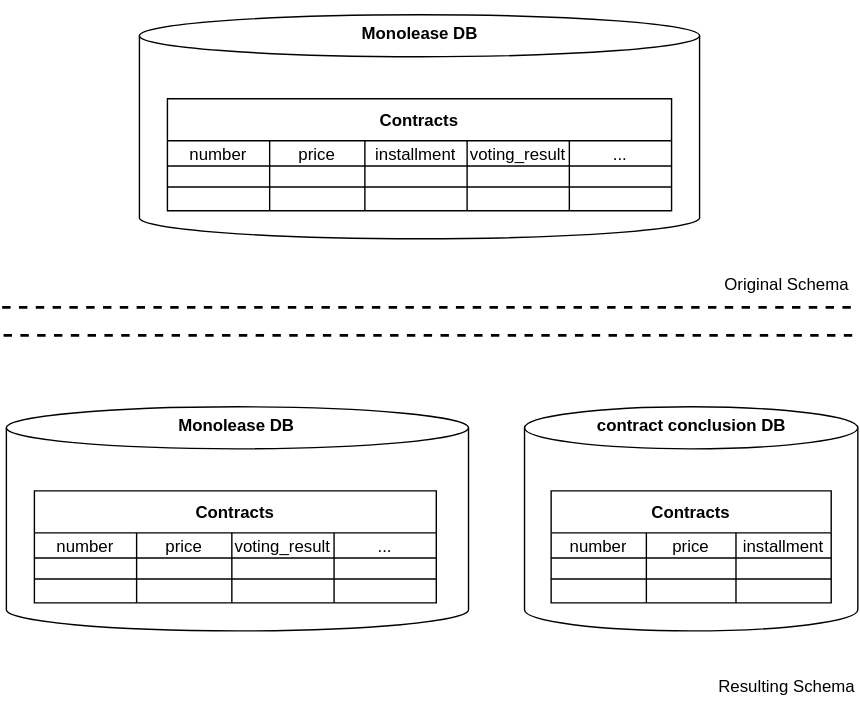
This is images/domain-driven-refactorings/tactical-for-strategic/extract-specialized-table.drawio.svg from hschwentner/hschwentner.io, a draw.io export, as it was before one commit. Source tidied: cells renumbered, new cells last; positions are measured from the earlier drawing's top-left corner, leaving out a move shared by most shapes.
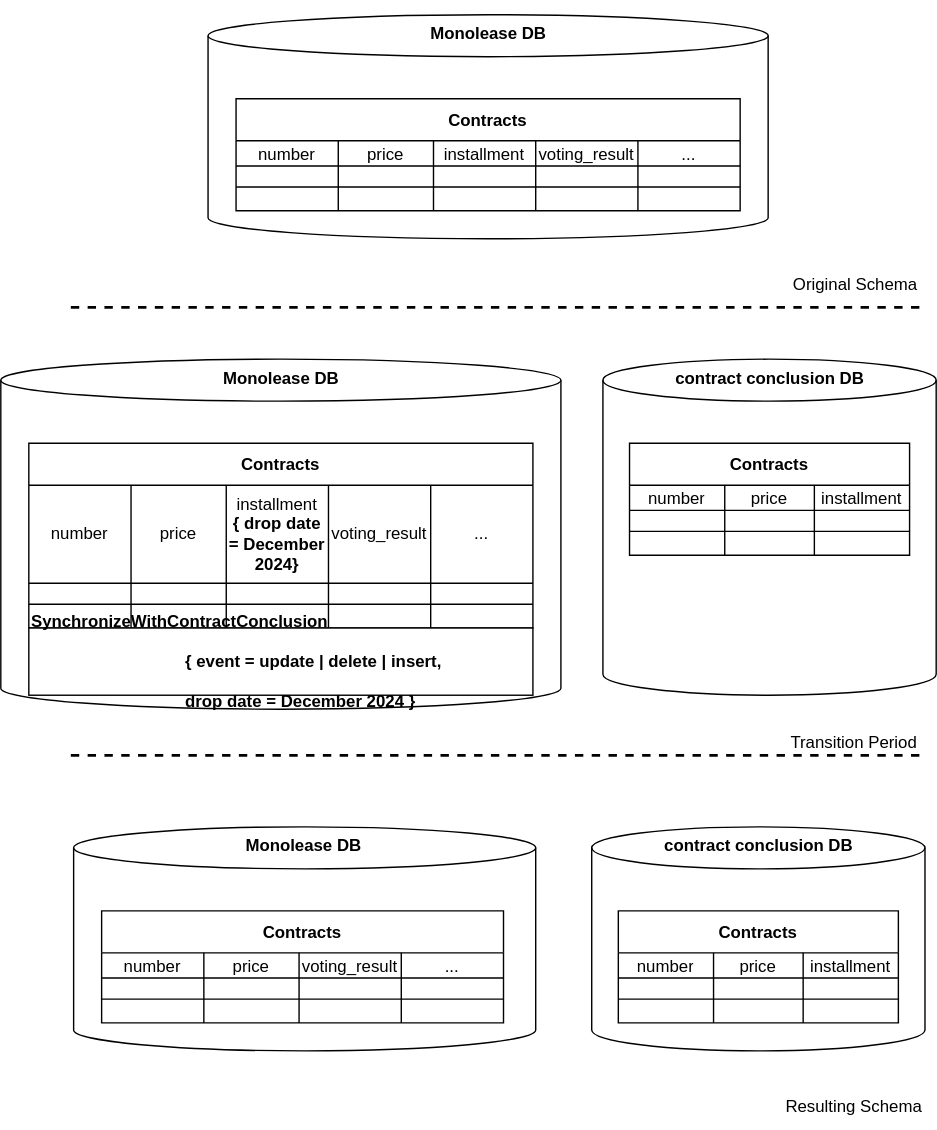
After the commit.

What changed in the source:
```diff
@@ -3,10 +3,10 @@
     <mxCell id="0" />
     <mxCell id="1" parent="0" />
     <mxCell id="2" style="shape=cylinder3;whiteSpace=wrap;html=1;boundedLbl=1;backgroundOutline=1;size=15;" parent="1" vertex="1">
-      <mxGeometry x="98" y="10" width="400" height="160" as="geometry" />
+      <mxGeometry x="99" y="-290" width="400" height="160" as="geometry" />
     </mxCell>
     <mxCell id="3" value="Contracts" style="shape=table;startSize=30;fontStyle=1;align=center;" parent="1" vertex="1">
-      <mxGeometry x="118" y="70" width="360" height="80" as="geometry" />
+      <mxGeometry x="119" y="-230" width="360" height="80" as="geometry" />
     </mxCell>
     <mxCell id="4" style="shape=partialRectangle;html=1;whiteSpace=wrap;fillColor=none;top=0;left=0;bottom=0;right=0;" parent="3" vertex="1">
       <mxGeometry y="30" width="360" height="18" as="geometry" />
@@ -156,7 +156,7 @@
       <mxGeometry x="214" width="73" height="17" as="geometry" />
     </mxCell>
     <mxCell id="53" value="&lt;font style=&quot;font-size: 12px ; line-height: 1&quot;&gt;Monolease DB&lt;/font&gt;" style="text;strokeColor=none;fillColor=none;html=1;fontSize=24;fontStyle=1;verticalAlign=middle;align=center;" parent="1" vertex="1">
-      <mxGeometry x="248" width="100" height="40" as="geometry" />
+      <mxGeometry x="249" y="-300" width="100" height="40" as="geometry" />
     </mxCell>
     <mxCell id="54" value="&lt;font style=&quot;font-size: 12px ; line-height: 1&quot;&gt;Monolease DB&lt;/font&gt;" style="text;strokeColor=none;fillColor=none;html=1;fontSize=24;fontStyle=1;verticalAlign=middle;align=center;" parent="1" vertex="1">
       <mxGeometry x="116.5" y="280" width="100" height="40" as="geometry" />
@@ -166,11 +166,11 @@
     </mxCell>
     <mxCell id="56" style="endArrow=none;dashed=1;html=1;fontSize=12;strokeWidth=2;entryX=1;entryY=1;entryDx=0;entryDy=0;" parent="1" edge="1" target="57">
       <mxGeometry relative="1" as="geometry">
-        <mxPoint y="219" as="sourcePoint" />
+        <mxPoint x="1" y="-81" as="sourcePoint" />
       </mxGeometry>
     </mxCell>
     <mxCell id="57" value="&lt;font style=&quot;font-size: 12px ; line-height: 1 ; font-weight: normal&quot;&gt;Original Schema&lt;/font&gt;" style="text;strokeColor=none;fillColor=none;html=1;fontSize=24;fontStyle=1;verticalAlign=middle;align=center;" parent="1" vertex="1">
-      <mxGeometry x="510" y="179" width="100" height="40" as="geometry" />
+      <mxGeometry x="511" y="-121" width="100" height="40" as="geometry" />
     </mxCell>
     <mxCell id="58" value="&lt;font style=&quot;font-size: 12px ; line-height: 1 ; font-weight: normal&quot;&gt;Resulting Schema&lt;/font&gt;" style="text;strokeColor=none;fillColor=none;html=1;fontSize=24;fontStyle=1;verticalAlign=middle;align=center;" parent="1" vertex="1">
       <mxGeometry x="510" y="466" width="100" height="40" as="geometry" />
@@ -181,5 +181,119 @@
         <mxPoint x="611" y="239" as="targetPoint" />
       </mxGeometry>
     </mxCell>
+    <mxCell id="60" value="&lt;font style=&quot;font-size: 12px ; line-height: 1 ; font-weight: normal&quot;&gt;Transition Period&lt;/font&gt;" style="text;strokeColor=none;fillColor=none;html=1;fontSize=24;fontStyle=1;verticalAlign=middle;align=center;" parent="1" vertex="1">
+      <mxGeometry x="510" y="206" width="100" height="40" as="geometry" />
+    </mxCell>
+    <mxCell id="61" style="shape=cylinder3;whiteSpace=wrap;html=1;boundedLbl=1;backgroundOutline=1;size=15;" parent="1" vertex="1">
+      <mxGeometry x="-49" y="-44" width="400" height="250" as="geometry" />
+    </mxCell>
+    <mxCell id="62" value="Contracts" style="shape=table;startSize=30;fontStyle=1;align=center;" parent="1" vertex="1">
+      <mxGeometry x="-29" y="16" width="360" height="132" as="geometry" />
+    </mxCell>
+    <mxCell id="63" style="shape=partialRectangle;html=1;whiteSpace=wrap;fillColor=none;top=0;left=0;bottom=0;right=0;" parent="62" vertex="1">
+      <mxGeometry y="30" width="360" height="70" as="geometry" />
+    </mxCell>
+    <mxCell id="64" value="number" style="shape=partialRectangle;html=1;whiteSpace=wrap;fillColor=none;top=0;left=0;bottom=0;right=0;overflow=hidden;" parent="63" vertex="1">
+      <mxGeometry width="73" height="70" as="geometry" />
+    </mxCell>
+    <mxCell id="65" value="price" style="shape=partialRectangle;html=1;whiteSpace=wrap;fillColor=none;top=0;left=0;bottom=0;right=0;overflow=hidden;" parent="63" vertex="1">
+      <mxGeometry x="73" width="68" height="70" as="geometry" />
+    </mxCell>
+    <mxCell id="66" value="installment&lt;br&gt;&lt;b&gt;{ drop date = December 2024}&lt;/b&gt;" style="shape=partialRectangle;html=1;whiteSpace=wrap;fillColor=none;top=0;left=0;bottom=0;right=0;overflow=hidden;" parent="63" vertex="1">
+      <mxGeometry x="141" width="73" height="70" as="geometry" />
+    </mxCell>
+    <mxCell id="67" value="voting_result" style="shape=partialRectangle;html=1;whiteSpace=wrap;fillColor=none;top=0;left=0;bottom=0;right=0;overflow=hidden;" parent="63" vertex="1">
+      <mxGeometry x="214" width="73" height="70" as="geometry" />
+    </mxCell>
+    <mxCell id="68" value="..." style="shape=partialRectangle;html=1;whiteSpace=wrap;fillColor=none;top=0;left=0;bottom=0;right=0;overflow=hidden;" parent="63" vertex="1">
+      <mxGeometry x="287" width="73" height="70" as="geometry" />
+    </mxCell>
+    <mxCell id="69" style="shape=partialRectangle;html=1;whiteSpace=wrap;fillColor=none;top=0;left=0;bottom=0;right=0;" parent="62" vertex="1">
+      <mxGeometry y="100" width="360" height="15" as="geometry" />
+    </mxCell>
+    <mxCell id="70" style="shape=partialRectangle;html=1;whiteSpace=wrap;fillColor=none;top=0;left=0;bottom=0;right=0;overflow=hidden;" parent="69" vertex="1">
+      <mxGeometry width="73" height="15" as="geometry" />
+    </mxCell>
+    <mxCell id="71" style="shape=partialRectangle;html=1;whiteSpace=wrap;fillColor=none;top=0;left=0;bottom=0;right=0;overflow=hidden;" parent="69" vertex="1">
+      <mxGeometry x="73" width="68" height="15" as="geometry" />
+    </mxCell>
+    <mxCell id="72" style="shape=partialRectangle;html=1;whiteSpace=wrap;fillColor=none;top=0;left=0;bottom=0;right=0;overflow=hidden;" parent="69" vertex="1">
+      <mxGeometry x="141" width="73" height="15" as="geometry" />
+    </mxCell>
+    <mxCell id="73" style="shape=partialRectangle;html=1;whiteSpace=wrap;fillColor=none;top=0;left=0;bottom=0;right=0;overflow=hidden;" parent="69" vertex="1">
+      <mxGeometry x="214" width="73" height="15" as="geometry" />
+    </mxCell>
+    <mxCell id="74" style="shape=partialRectangle;html=1;whiteSpace=wrap;fillColor=none;top=0;left=0;bottom=0;right=0;overflow=hidden;" parent="69" vertex="1">
+      <mxGeometry x="287" width="73" height="15" as="geometry" />
+    </mxCell>
+    <mxCell id="75" style="shape=partialRectangle;html=1;whiteSpace=wrap;fillColor=none;top=0;left=0;bottom=0;right=0;" parent="62" vertex="1">
+      <mxGeometry y="115" width="360" height="17" as="geometry" />
+    </mxCell>
+    <mxCell id="76" style="shape=partialRectangle;html=1;whiteSpace=wrap;fillColor=none;top=0;left=0;bottom=0;right=0;overflow=hidden;" parent="75" vertex="1">
+      <mxGeometry width="73" height="17" as="geometry" />
+    </mxCell>
+    <mxCell id="77" style="shape=partialRectangle;html=1;whiteSpace=wrap;fillColor=none;top=0;left=0;bottom=0;right=0;overflow=hidden;" parent="75" vertex="1">
+      <mxGeometry x="73" width="68" height="17" as="geometry" />
+    </mxCell>
+    <mxCell id="78" style="shape=partialRectangle;html=1;whiteSpace=wrap;fillColor=none;top=0;left=0;bottom=0;right=0;overflow=hidden;" parent="75" vertex="1">
+      <mxGeometry x="141" width="73" height="17" as="geometry" />
+    </mxCell>
+    <mxCell id="79" style="shape=partialRectangle;html=1;whiteSpace=wrap;fillColor=none;top=0;left=0;bottom=0;right=0;overflow=hidden;" parent="75" vertex="1">
+      <mxGeometry x="214" width="73" height="17" as="geometry" />
+    </mxCell>
+    <mxCell id="80" style="shape=partialRectangle;html=1;whiteSpace=wrap;fillColor=none;top=0;left=0;bottom=0;right=0;overflow=hidden;" parent="75" vertex="1">
+      <mxGeometry x="287" width="73" height="17" as="geometry" />
+    </mxCell>
+    <mxCell id="81" value="&lt;font style=&quot;font-size: 12px ; line-height: 1&quot;&gt;Monolease DB&lt;/font&gt;" style="text;strokeColor=none;fillColor=none;html=1;fontSize=24;fontStyle=1;verticalAlign=middle;align=center;" parent="1" vertex="1">
+      <mxGeometry x="101" y="-54" width="100" height="40" as="geometry" />
+    </mxCell>
+    <mxCell id="82" style="shape=cylinder3;whiteSpace=wrap;html=1;boundedLbl=1;backgroundOutline=1;size=15;" parent="1" vertex="1">
+      <mxGeometry x="381" y="-44" width="238" height="240" as="geometry" />
+    </mxCell>
+    <mxCell id="83" value="Contracts" style="shape=table;startSize=30;fontStyle=1;align=center;" parent="1" vertex="1">
+      <mxGeometry x="400" y="16" width="200" height="80" as="geometry" />
+    </mxCell>
+    <mxCell id="84" style="shape=partialRectangle;html=1;whiteSpace=wrap;fillColor=none;top=0;left=0;bottom=0;right=0;" parent="83" vertex="1">
+      <mxGeometry y="30" width="200" height="18" as="geometry" />
+    </mxCell>
+    <mxCell id="85" value="number" style="shape=partialRectangle;html=1;whiteSpace=wrap;fillColor=none;top=0;left=0;bottom=0;right=0;overflow=hidden;" parent="84" vertex="1">
+      <mxGeometry width="68" height="18" as="geometry" />
+    </mxCell>
+    <mxCell id="86" value="price" style="shape=partialRectangle;html=1;whiteSpace=wrap;fillColor=none;top=0;left=0;bottom=0;right=0;overflow=hidden;" parent="84" vertex="1">
+      <mxGeometry x="68" width="64" height="18" as="geometry" />
+    </mxCell>
+    <mxCell id="87" value="installment" style="shape=partialRectangle;html=1;whiteSpace=wrap;fillColor=none;top=0;left=0;bottom=0;right=0;overflow=hidden;" parent="84" vertex="1">
+      <mxGeometry x="132" width="68" height="18" as="geometry" />
+    </mxCell>
+    <mxCell id="88" style="shape=partialRectangle;html=1;whiteSpace=wrap;fillColor=none;top=0;left=0;bottom=0;right=0;" parent="83" vertex="1">
+      <mxGeometry y="48" width="200" height="15" as="geometry" />
+    </mxCell>
+    <mxCell id="89" style="shape=partialRectangle;html=1;whiteSpace=wrap;fillColor=none;top=0;left=0;bottom=0;right=0;overflow=hidden;" parent="88" vertex="1">
+      <mxGeometry width="68" height="15" as="geometry" />
+    </mxCell>
+    <mxCell id="90" style="shape=partialRectangle;html=1;whiteSpace=wrap;fillColor=none;top=0;left=0;bottom=0;right=0;overflow=hidden;" parent="88" vertex="1">
+      <mxGeometry x="68" width="64" height="15" as="geometry" />
+    </mxCell>
+    <mxCell id="91" style="shape=partialRectangle;html=1;whiteSpace=wrap;fillColor=none;top=0;left=0;bottom=0;right=0;overflow=hidden;" parent="88" vertex="1">
+      <mxGeometry x="132" width="68" height="15" as="geometry" />
+    </mxCell>
+    <mxCell id="92" style="shape=partialRectangle;html=1;whiteSpace=wrap;fillColor=none;top=0;left=0;bottom=0;right=0;" parent="83" vertex="1">
+      <mxGeometry y="63" width="200" height="17" as="geometry" />
+    </mxCell>
+    <mxCell id="93" style="shape=partialRectangle;html=1;whiteSpace=wrap;fillColor=none;top=0;left=0;bottom=0;right=0;overflow=hidden;" parent="92" vertex="1">
+      <mxGeometry width="68" height="17" as="geometry" />
+    </mxCell>
+    <mxCell id="94" style="shape=partialRectangle;html=1;whiteSpace=wrap;fillColor=none;top=0;left=0;bottom=0;right=0;overflow=hidden;" parent="92" vertex="1">
+      <mxGeometry x="68" width="64" height="17" as="geometry" />
+    </mxCell>
+    <mxCell id="95" style="shape=partialRectangle;html=1;whiteSpace=wrap;fillColor=none;top=0;left=0;bottom=0;right=0;overflow=hidden;" parent="92" vertex="1">
+      <mxGeometry x="132" width="68" height="17" as="geometry" />
+    </mxCell>
+    <mxCell id="96" value="&lt;font style=&quot;font-size: 12px ; line-height: 1&quot;&gt;contract conclusion DB&lt;/font&gt;" style="text;strokeColor=none;fillColor=none;html=1;fontSize=24;fontStyle=1;verticalAlign=middle;align=center;" parent="1" vertex="1">
+      <mxGeometry x="450" y="-54" width="100" height="40" as="geometry" />
+    </mxCell>
+    <mxCell id="97" value="SynchronizeWithContractConclusion&lt;br&gt;&lt;span style=&quot;white-space: pre;&quot;&gt;&#9;&lt;/span&gt;{ event = update | delete | insert,&lt;br&gt;&lt;span style=&quot;white-space: pre;&quot;&gt;&#9;&amp;nbsp;&lt;/span&gt;&amp;nbsp; drop date = December 2024 }" style="rounded=0;whiteSpace=wrap;html=1;align=left;fontStyle=1;" parent="1" vertex="1">
+      <mxGeometry x="-29" y="148" width="360" height="48" as="geometry" />
+    </mxCell>
   </root>
 </mxGraphModel>
```
